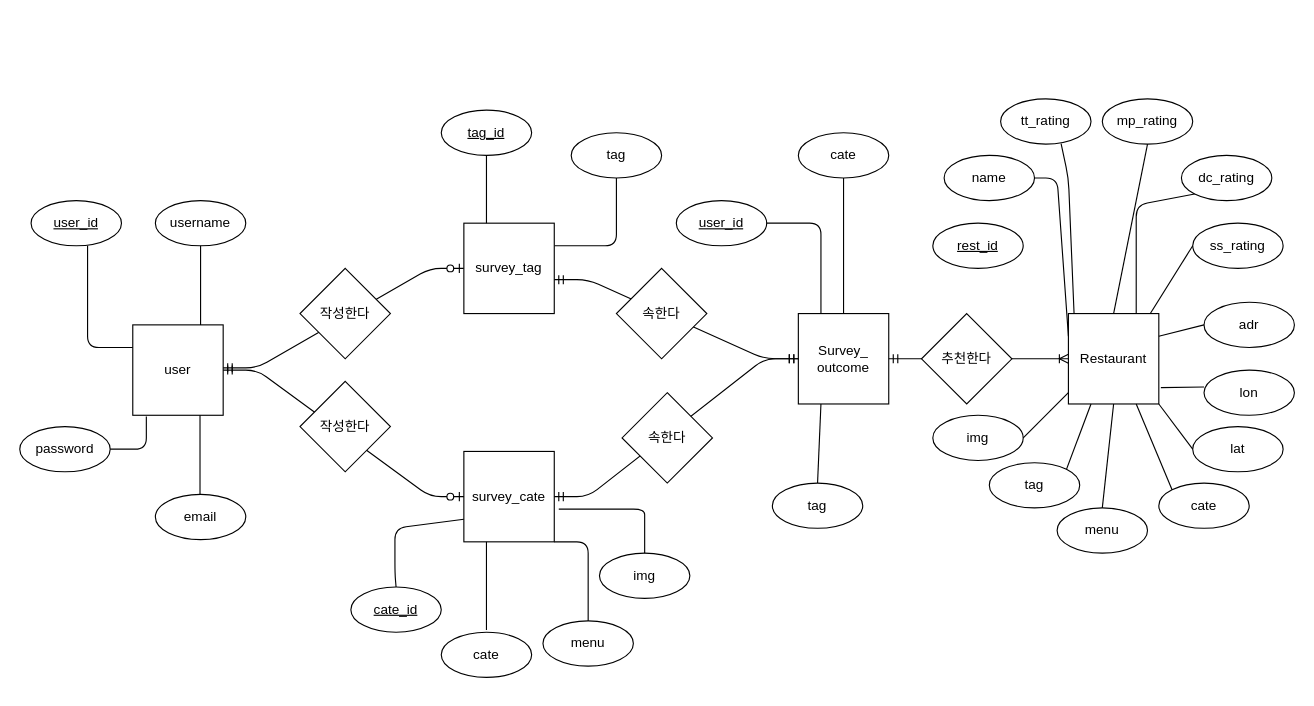
Above: Untitled Diagram.drawio in agfechoi/RSVP (draw.io), before the change. Source tidied: cells renumbered, new cells numbered last; positions are measured from the earlier drawing's top-left corner, leaving out a move shared by most shapes. Both pictures are drawn from the tidied source at 113%, with x=0, y=0 at pixel (19, 98).
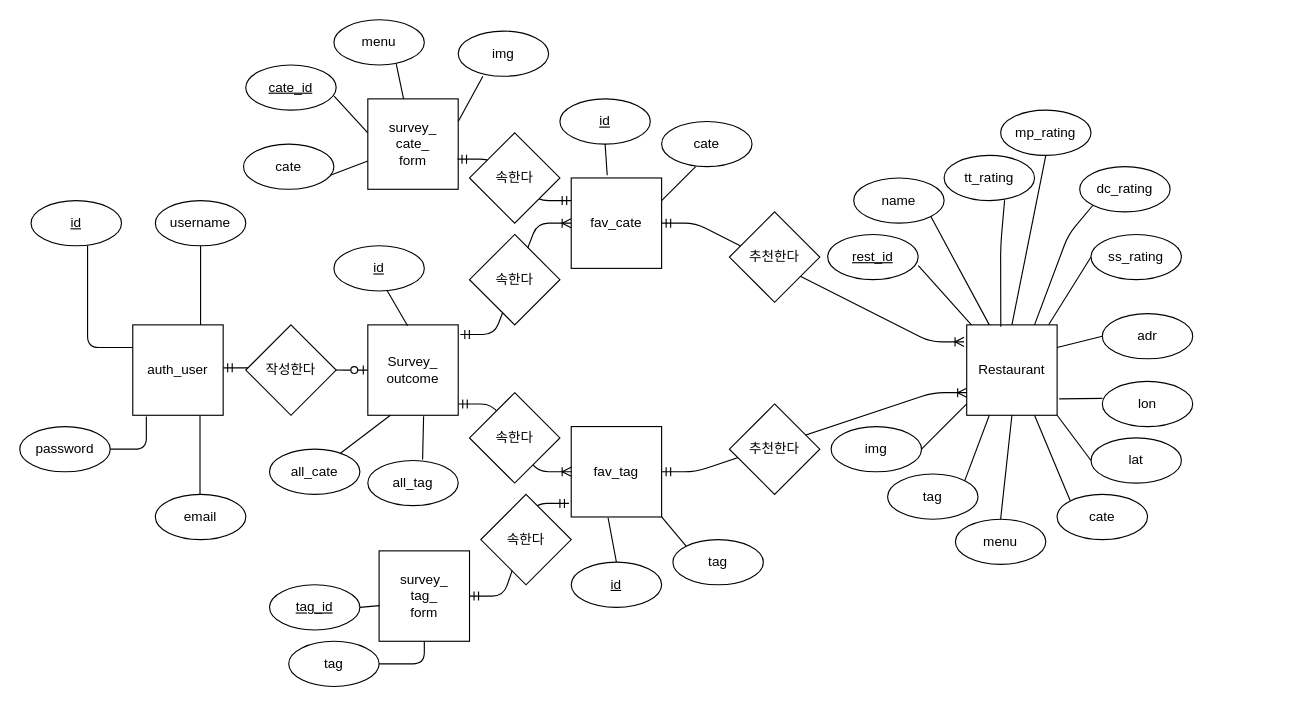
Above is the later version.

Change to the diagram source:
```diff
@@
-    <mxCell id="2" value="user" style="whiteSpace=wrap;html=1;" parent="1" vertex="1">
+    <mxCell id="2" value="auth_user" style="whiteSpace=wrap;html=1;" parent="1" vertex="1">
       <mxGeometry x="100" y="200" width="80" height="80" as="geometry" />
     </mxCell>
-    <mxCell id="3" value="survey_cate" style="whiteSpace=wrap;html=1;" parent="1" vertex="1">
-      <mxGeometry x="393" y="312" width="80" height="80" as="geometry" />
+    <mxCell id="3" value="survey_&lt;br&gt;cate_&lt;br&gt;form" style="whiteSpace=wrap;html=1;" parent="1" vertex="1">
+      <mxGeometry x="308" width="80" height="80" as="geometry" />
     </mxCell>
     <mxCell id="4" value="&lt;u&gt;tag_id&lt;/u&gt;" style="ellipse;whiteSpace=wrap;html=1;" parent="1" vertex="1">
-      <mxGeometry x="373" y="10" width="80" height="40" as="geometry" />
+      <mxGeometry x="221" y="430" width="80" height="40" as="geometry" />
     </mxCell>
@@
-    <mxCell id="8" value="&lt;u&gt;user_id&lt;/u&gt;" style="ellipse;whiteSpace=wrap;html=1;" parent="1" vertex="1">
+    <mxCell id="8" value="&lt;u&gt;id&lt;/u&gt;" style="ellipse;whiteSpace=wrap;html=1;" parent="1" vertex="1">
       <mxGeometry x="10" y="90" width="80" height="40" as="geometry" />
     </mxCell>
@@
     <mxCell id="13" value="tag" style="ellipse;whiteSpace=wrap;html=1;" parent="1" vertex="1">
-      <mxGeometry x="488" y="30" width="80" height="40" as="geometry" />
+      <mxGeometry x="238" y="480" width="80" height="40" as="geometry" />
     </mxCell>
     <mxCell id="14" value="img" style="ellipse;whiteSpace=wrap;html=1;" parent="1" vertex="1">
-      <mxGeometry x="513" y="402" width="80" height="40" as="geometry" />
+      <mxGeometry x="388" y="-60" width="80" height="40" as="geometry" />
     </mxCell>
     <mxCell id="15" value="cate" style="ellipse;whiteSpace=wrap;html=1;" parent="1" vertex="1">
-      <mxGeometry x="373" y="472" width="80" height="40" as="geometry" />
+      <mxGeometry x="198" y="40" width="80" height="40" as="geometry" />
     </mxCell>
     <mxCell id="16" value="menu" style="ellipse;whiteSpace=wrap;html=1;" parent="1" vertex="1">
-      <mxGeometry x="463" y="462" width="80" height="40" as="geometry" />
+      <mxGeometry x="278" y="-70" width="80" height="40" as="geometry" />
     </mxCell>
-    <mxCell id="17" style="endArrow=none;html=1;entryX=0.5;entryY=1;entryDx=0;entryDy=0;" parent="1" edge="1" target="4">
-      <mxGeometry relative="1" as="geometry">
-        <mxPoint x="413" y="120" as="sourcePoint" />
-        <Array as="points">
-          <mxPoint x="413" y="140" />
-        </Array>
-      </mxGeometry>
-    </mxCell>
-    <mxCell id="18" style="endArrow=none;html=1;entryX=0.5;entryY=1;entryDx=0;entryDy=0;exitX=1;exitY=0.25;exitDx=0;exitDy=0;" parent="1" edge="1" source="33" target="13">
-      <mxGeometry relative="1" as="geometry">
-        <Array as="points">
-          <mxPoint x="528" y="130" />
-        </Array>
-      </mxGeometry>
-    </mxCell>
-    <mxCell id="19" style="endArrow=none;html=1;entryX=1.05;entryY=0.638;entryDx=0;entryDy=0;exitX=0.5;exitY=0;exitDx=0;exitDy=0;entryPerimeter=0;" parent="1" edge="1" source="14" target="3">
-      <mxGeometry relative="1" as="geometry">
-        <Array as="points">
-          <mxPoint x="553" y="382" />
-          <mxPoint x="553" y="363" />
-        </Array>
-      </mxGeometry>
-    </mxCell>
-    <mxCell id="20" style="endArrow=none;html=1;entryX=1;entryY=1;entryDx=0;entryDy=0;exitX=0.5;exitY=0;exitDx=0;exitDy=0;" parent="1" edge="1" source="16" target="3">
-      <mxGeometry relative="1" as="geometry">
-        <Array as="points">
-          <mxPoint x="503" y="392" />
-        </Array>
-      </mxGeometry>
-    </mxCell>
-    <mxCell id="21" style="endArrow=none;html=1;entryX=0.25;entryY=1;entryDx=0;entryDy=0;" parent="1" edge="1" target="3">
-      <mxGeometry relative="1" as="geometry">
-        <mxPoint x="413" y="470" as="sourcePoint" />
-        <Array as="points">
-          <mxPoint x="413" y="432" />
-        </Array>
-      </mxGeometry>
-    </mxCell>
-    <mxCell id="22" style="edgeStyle=entityRelationEdgeStyle;fontSize=12;html=1;endArrow=ERzeroToOne;startArrow=ERmandOne;exitX=1;exitY=0.5;exitDx=0;exitDy=0;entryX=0;entryY=0.5;entryDx=0;entryDy=0;" parent="1" edge="1" source="2" target="3">
-      <mxGeometry relative="1" as="geometry" />
-    </mxCell>
-    <mxCell id="23" value="작성한다" style="rhombus;whiteSpace=wrap;html=1;strokeColor=#000000;" parent="1" vertex="1">
-      <mxGeometry x="248" y="250" width="80" height="80" as="geometry" />
-    </mxCell>
-    <mxCell id="24" value="Survey_&lt;br&gt;outcome" style="whiteSpace=wrap;html=1;strokeColor=#000000;" parent="1" vertex="1">
-      <mxGeometry x="689" y="190" width="80" height="80" as="geometry" />
+    <mxCell id="24" value="fav_cate" style="whiteSpace=wrap;html=1;strokeColor=#000000;" parent="1" vertex="1">
+      <mxGeometry x="488" y="70" width="80" height="80" as="geometry" />
     </mxCell>
-    <mxCell id="25" style="edgeStyle=entityRelationEdgeStyle;fontSize=12;html=1;endArrow=ERmandOne;startArrow=ERmandOne;exitX=1;exitY=0.5;exitDx=0;exitDy=0;entryX=0;entryY=0.5;entryDx=0;entryDy=0;" parent="1" edge="1" source="3" target="24">
-      <mxGeometry relative="1" as="geometry" />
-    </mxCell>
-    <mxCell id="26" value="속한다" style="rhombus;whiteSpace=wrap;html=1;strokeColor=#000000;" parent="1" vertex="1">
-      <mxGeometry x="533" y="260" width="80" height="80" as="geometry" />
-    </mxCell>
-    <mxCell id="27" value="tag" style="ellipse;whiteSpace=wrap;html=1;" parent="1" vertex="1">
-      <mxGeometry x="666" y="340" width="80" height="40" as="geometry" />
-    </mxCell>
-    <mxCell id="28" value="cate" style="ellipse;whiteSpace=wrap;html=1;" parent="1" vertex="1">
-      <mxGeometry x="689" y="30" width="80" height="40" as="geometry" />
+    <mxCell id="28" value="tag" style="ellipse;whiteSpace=wrap;html=1;" parent="1" vertex="1">
+      <mxGeometry x="578" y="390" width="80" height="40" as="geometry" />
     </mxCell>
-    <mxCell id="29" value="&lt;u&gt;user_id&lt;/u&gt;" style="ellipse;whiteSpace=wrap;html=1;" parent="1" vertex="1">
-      <mxGeometry x="581" y="90" width="80" height="40" as="geometry" />
+    <mxCell id="29" value="&lt;u&gt;id&lt;/u&gt;" style="ellipse;whiteSpace=wrap;html=1;" parent="1" vertex="1">
+      <mxGeometry x="278" y="130" width="80" height="40" as="geometry" />
     </mxCell>
-    <mxCell id="30" style="endArrow=none;html=1;entryX=1;entryY=0.5;entryDx=0;entryDy=0;exitX=0.25;exitY=0;exitDx=0;exitDy=0;" parent="1" edge="1" source="24" target="29">
-      <mxGeometry relative="1" as="geometry">
-        <Array as="points">
-          <mxPoint x="709" y="110" />
-        </Array>
-      </mxGeometry>
-    </mxCell>
-    <mxCell id="31" style="endArrow=none;html=1;entryX=0.5;entryY=1;entryDx=0;entryDy=0;" parent="1" edge="1" source="24" target="28">
-      <mxGeometry relative="1" as="geometry" />
-    </mxCell>
-    <mxCell id="32" style="edgeStyle=entityRelationEdgeStyle;fontSize=12;html=1;endArrow=ERzeroToOne;startArrow=ERmandOne;exitX=1;exitY=0.5;exitDx=0;exitDy=0;" parent="1" edge="1">
+    <mxCell id="32" style="edgeStyle=entityRelationEdgeStyle;fontSize=12;html=1;endArrow=ERzeroToOne;startArrow=ERmandOne;exitX=1;exitY=0.5;exitDx=0;exitDy=0;entryX=0;entryY=0.5;entryDx=0;entryDy=0;" parent="1" edge="1" target="68">
       <mxGeometry relative="1" as="geometry">
         <mxPoint x="180" y="238" as="sourcePoint" />
-        <mxPoint x="393" y="150" as="targetPoint" />
       </mxGeometry>
     </mxCell>
-    <mxCell id="33" value="survey_tag" style="whiteSpace=wrap;html=1;" parent="1" vertex="1">
-      <mxGeometry x="393" y="110" width="80" height="80" as="geometry" />
+    <mxCell id="33" value="survey_&lt;br&gt;tag_&lt;br&gt;form" style="whiteSpace=wrap;html=1;" parent="1" vertex="1">
+      <mxGeometry x="318" y="400" width="80" height="80" as="geometry" />
     </mxCell>
-    <mxCell id="34" style="endArrow=none;html=1;entryX=0.25;entryY=1;entryDx=0;entryDy=0;exitX=0.5;exitY=0;exitDx=0;exitDy=0;" parent="1" edge="1" source="27" target="24">
-      <mxGeometry relative="1" as="geometry" />
-    </mxCell>
-    <mxCell id="35" style="edgeStyle=entityRelationEdgeStyle;fontSize=12;html=1;endArrow=ERmandOne;startArrow=ERmandOne;" parent="1" edge="1" target="24">
-      <mxGeometry relative="1" as="geometry">
-        <mxPoint x="473" y="160" as="sourcePoint" />
-      </mxGeometry>
-    </mxCell>
-    <mxCell id="36" value="속한다" style="rhombus;whiteSpace=wrap;html=1;strokeColor=#000000;" parent="1" vertex="1">
-      <mxGeometry x="528" y="150" width="80" height="80" as="geometry" />
-    </mxCell>
     <mxCell id="37" value="작성한다" style="rhombus;whiteSpace=wrap;html=1;strokeColor=#000000;" parent="1" vertex="1">
-      <mxGeometry x="248" y="150" width="80" height="80" as="geometry" />
+      <mxGeometry x="200" y="200" width="80" height="80" as="geometry" />
     </mxCell>
     <mxCell id="38" value="Restaurant" style="whiteSpace=wrap;html=1;strokeColor=#000000;" parent="1" vertex="1">
-      <mxGeometry x="928" y="190" width="80" height="80" as="geometry" />
+      <mxGeometry x="838" y="200" width="80" height="80" as="geometry" />
     </mxCell>
     <mxCell id="39" value="&lt;u&gt;cate_id&lt;/u&gt;" style="ellipse;whiteSpace=wrap;html=1;" parent="1" vertex="1">
-      <mxGeometry x="293" y="432" width="80" height="40" as="geometry" />
+      <mxGeometry x="200" y="-30" width="80" height="40" as="geometry" />
     </mxCell>
-    <mxCell id="40" style="endArrow=none;html=1;exitX=0.5;exitY=0;exitDx=0;exitDy=0;entryX=0;entryY=0.75;entryDx=0;entryDy=0;" parent="1" edge="1" source="39" target="3">
-      <mxGeometry relative="1" as="geometry">
-        <Array as="points">
-          <mxPoint x="332" y="420" />
-          <mxPoint x="332" y="380" />
-        </Array>
-      </mxGeometry>
-    </mxCell>
-    <mxCell id="41" style="edgeStyle=entityRelationEdgeStyle;fontSize=12;html=1;endArrow=ERoneToMany;startArrow=ERmandOne;entryX=0;entryY=0.5;entryDx=0;entryDy=0;exitX=1;exitY=0.5;exitDx=0;exitDy=0;" parent="1" edge="1" source="24" target="38">
-      <mxGeometry relative="1" as="geometry" />
-    </mxCell>
     <mxCell id="42" value="name" style="ellipse;whiteSpace=wrap;html=1;" parent="1" vertex="1">
-      <mxGeometry x="818" y="50" width="80" height="40" as="geometry" />
+      <mxGeometry x="738" y="70" width="80" height="40" as="geometry" />
     </mxCell>
     <mxCell id="43" value="mp_rating" style="ellipse;whiteSpace=wrap;html=1;" parent="1" vertex="1">
-      <mxGeometry x="958" width="80" height="40" as="geometry" />
+      <mxGeometry x="868" y="10" width="80" height="40" as="geometry" />
     </mxCell>
     <mxCell id="44" value="tt_rating" style="ellipse;whiteSpace=wrap;html=1;" parent="1" vertex="1">
-      <mxGeometry x="868" width="80" height="40" as="geometry" />
+      <mxGeometry x="818" y="50" width="80" height="40" as="geometry" />
     </mxCell>
     <mxCell id="45" value="dc_rating" style="ellipse;whiteSpace=wrap;html=1;" parent="1" vertex="1">
-      <mxGeometry x="1028" y="50" width="80" height="40" as="geometry" />
+      <mxGeometry x="938" y="60" width="80" height="40" as="geometry" />
     </mxCell>
     <mxCell id="46" value="ss_rating" style="ellipse;whiteSpace=wrap;html=1;" parent="1" vertex="1">
-      <mxGeometry x="1038" y="110" width="80" height="40" as="geometry" />
+      <mxGeometry x="948" y="120" width="80" height="40" as="geometry" />
     </mxCell>
     <mxCell id="47" value="tag" style="ellipse;whiteSpace=wrap;html=1;" parent="1" vertex="1">
-      <mxGeometry x="858" y="322" width="80" height="40" as="geometry" />
+      <mxGeometry x="768" y="332" width="80" height="40" as="geometry" />
     </mxCell>
     <mxCell id="48" value="lat" style="ellipse;whiteSpace=wrap;html=1;" parent="1" vertex="1">
-      <mxGeometry x="1038" y="290" width="80" height="40" as="geometry" />
+      <mxGeometry x="948" y="300" width="80" height="40" as="geometry" />
     </mxCell>
     <mxCell id="49" value="lon" style="ellipse;whiteSpace=wrap;html=1;" parent="1" vertex="1">
-      <mxGeometry x="1048" y="240" width="80" height="40" as="geometry" />
+      <mxGeometry x="958" y="250" width="80" height="40" as="geometry" />
     </mxCell>
     <mxCell id="50" value="adr" style="ellipse;whiteSpace=wrap;html=1;" parent="1" vertex="1">
-      <mxGeometry x="1048" y="180" width="80" height="40" as="geometry" />
+      <mxGeometry x="958" y="190" width="80" height="40" as="geometry" />
     </mxCell>
     <mxCell id="51" value="cate" style="ellipse;whiteSpace=wrap;html=1;" parent="1" vertex="1">
-      <mxGeometry x="1008" y="340" width="80" height="40" as="geometry" />
+      <mxGeometry x="918" y="350" width="80" height="40" as="geometry" />
     </mxCell>
     <mxCell id="52" value="menu" style="ellipse;whiteSpace=wrap;html=1;" parent="1" vertex="1">
-      <mxGeometry x="918" y="362" width="80" height="40" as="geometry" />
+      <mxGeometry x="828" y="372" width="80" height="40" as="geometry" />
     </mxCell>
     <mxCell id="53" value="img" style="ellipse;whiteSpace=wrap;html=1;" parent="1" vertex="1">
-      <mxGeometry x="808" y="280" width="80" height="40" as="geometry" />
+      <mxGeometry x="718" y="290" width="80" height="40" as="geometry" />
     </mxCell>
-    <mxCell id="54" style="endArrow=none;html=1;exitX=0;exitY=0.25;exitDx=0;exitDy=0;entryX=1;entryY=0.5;entryDx=0;entryDy=0;" parent="1" edge="1" source="38" target="42">
-      <mxGeometry relative="1" as="geometry">
-        <Array as="points">
-          <mxPoint x="918" y="70" />
-        </Array>
-      </mxGeometry>
+    <mxCell id="54" style="endArrow=none;html=1;exitX=0.25;exitY=0;exitDx=0;exitDy=0;entryX=1;entryY=1;entryDx=0;entryDy=0;" parent="1" edge="1" source="38" target="42">
+      <mxGeometry relative="1" as="geometry" />
     </mxCell>
-    <mxCell id="55" style="endArrow=none;html=1;entryX=0.669;entryY=0.992;entryDx=0;entryDy=0;entryPerimeter=0;" parent="1" edge="1" target="44">
+    <mxCell id="55" style="endArrow=none;html=1;entryX=0.669;entryY=0.992;entryDx=0;entryDy=0;entryPerimeter=0;exitX=0.377;exitY=0.021;exitDx=0;exitDy=0;exitPerimeter=0;" parent="1" edge="1" source="38" target="44">
       <mxGeometry relative="1" as="geometry">
-        <mxPoint x="933" y="190" as="sourcePoint" />
         <Array as="points">
-          <mxPoint x="928" y="70" />
+          <mxPoint x="868" y="130" />
         </Array>
       </mxGeometry>
     </mxCell>
@@
     <mxCell id="57" style="endArrow=none;html=1;entryX=0;entryY=1;entryDx=0;entryDy=0;exitX=0.75;exitY=0;exitDx=0;exitDy=0;" parent="1" edge="1" source="38" target="45">
       <mxGeometry relative="1" as="geometry">
         <Array as="points">
-          <mxPoint x="988" y="94" />
+          <mxPoint x="928" y="120" />
         </Array>
       </mxGeometry>
     </mxCell>
     <mxCell id="58" style="endArrow=none;html=1;exitX=0.908;exitY=-0.004;exitDx=0;exitDy=0;exitPerimeter=0;" parent="1" edge="1" source="38">
       <mxGeometry relative="1" as="geometry">
-        <mxPoint x="1038" y="130" as="targetPoint" />
+        <mxPoint x="948" y="140" as="targetPoint" />
       </mxGeometry>
     </mxCell>
@@
     <mxCell id="61" style="endArrow=none;html=1;exitX=1.023;exitY=0.819;exitDx=0;exitDy=0;exitPerimeter=0;" parent="1" edge="1" source="38">
       <mxGeometry relative="1" as="geometry">
-        <mxPoint x="1048" y="255" as="targetPoint" />
+        <mxPoint x="958" y="265" as="targetPoint" />
       </mxGeometry>
     </mxCell>
@@
+    <mxCell id="67" value="&lt;u&gt;rest_id&lt;/u&gt;" style="ellipse;whiteSpace=wrap;html=1;" parent="1" vertex="1">
+      <mxGeometry x="715" y="120" width="80" height="40" as="geometry" />
+    </mxCell>
+    <mxCell id="68" value="Survey_&lt;br&gt;outcome" style="whiteSpace=wrap;html=1;strokeColor=#000000;" parent="1" vertex="1">
+      <mxGeometry x="308" y="200" width="80" height="80" as="geometry" />
+    </mxCell>
+    <mxCell id="69" value="fav_tag" style="whiteSpace=wrap;html=1;strokeColor=#000000;" parent="1" vertex="1">
+      <mxGeometry x="488" y="290" width="80" height="80" as="geometry" />
+    </mxCell>
+    <mxCell id="70" style="edgeStyle=entityRelationEdgeStyle;fontSize=12;html=1;endArrow=ERoneToMany;startArrow=ERmandOne;entryX=0;entryY=0.5;entryDx=0;entryDy=0;exitX=1.023;exitY=0.106;exitDx=0;exitDy=0;exitPerimeter=0;" parent="1" edge="1" source="68" target="24">
+      <mxGeometry relative="1" as="geometry" />
+    </mxCell>
+    <mxCell id="71" style="edgeStyle=entityRelationEdgeStyle;fontSize=12;html=1;endArrow=ERoneToMany;startArrow=ERmandOne;" parent="1" edge="1" target="69">
+      <mxGeometry relative="1" as="geometry">
+        <mxPoint x="388" y="270" as="sourcePoint" />
+      </mxGeometry>
+    </mxCell>
+    <mxCell id="26" value="속한다" style="rhombus;whiteSpace=wrap;html=1;strokeColor=#000000;" parent="1" vertex="1">
+      <mxGeometry x="398" y="120" width="80" height="80" as="geometry" />
+    </mxCell>
+    <mxCell id="36" value="속한다" style="rhombus;whiteSpace=wrap;html=1;strokeColor=#000000;" parent="1" vertex="1">
+      <mxGeometry x="398" y="260" width="80" height="80" as="geometry" />
+    </mxCell>
+    <mxCell id="72" style="endArrow=none;html=1;exitX=1;exitY=0.5;exitDx=0;exitDy=0;entryX=0.5;entryY=1;entryDx=0;entryDy=0;" parent="1" edge="1" source="13" target="33">
+      <mxGeometry relative="1" as="geometry">
+        <Array as="points">
+          <mxPoint x="358" y="500" />
+        </Array>
+      </mxGeometry>
+    </mxCell>
+    <mxCell id="73" style="endArrow=none;html=1;entryX=0.004;entryY=0.606;entryDx=0;entryDy=0;entryPerimeter=0;exitX=1;exitY=0.5;exitDx=0;exitDy=0;" parent="1" edge="1" source="4" target="33">
+      <mxGeometry relative="1" as="geometry" />
+    </mxCell>
+    <mxCell id="74" style="edgeStyle=entityRelationEdgeStyle;fontSize=12;html=1;endArrow=ERmandOne;startArrow=ERmandOne;exitX=1;exitY=0.5;exitDx=0;exitDy=0;" parent="1" edge="1" source="33">
+      <mxGeometry relative="1" as="geometry">
+        <mxPoint x="486" y="358" as="targetPoint" />
+      </mxGeometry>
+    </mxCell>
+    <mxCell id="75" value="속한다" style="rhombus;whiteSpace=wrap;html=1;strokeColor=#000000;" parent="1" vertex="1">
+      <mxGeometry x="408" y="350" width="80" height="80" as="geometry" />
+    </mxCell>
+    <mxCell id="25" style="edgeStyle=entityRelationEdgeStyle;fontSize=12;html=1;endArrow=ERmandOne;startArrow=ERmandOne;exitX=0.992;exitY=0.667;exitDx=0;exitDy=0;entryX=0;entryY=0.25;entryDx=0;entryDy=0;exitPerimeter=0;" parent="1" edge="1" source="3" target="24">
+      <mxGeometry relative="1" as="geometry" />
+    </mxCell>
+    <mxCell id="76" value="속한다" style="rhombus;whiteSpace=wrap;html=1;strokeColor=#000000;" parent="1" vertex="1">
+      <mxGeometry x="398" y="30" width="80" height="80" as="geometry" />
+    </mxCell>
+    <mxCell id="77" style="endArrow=none;html=1;exitX=0.977;exitY=0.688;exitDx=0;exitDy=0;exitPerimeter=0;" parent="1" edge="1" source="39">
+      <mxGeometry relative="1" as="geometry">
+        <mxPoint x="308" y="30" as="targetPoint" />
+      </mxGeometry>
+    </mxCell>
+    <mxCell id="78" style="endArrow=none;html=1;exitX=0.96;exitY=0.688;exitDx=0;exitDy=0;exitPerimeter=0;" parent="1" edge="1" source="15" target="3">
+      <mxGeometry relative="1" as="geometry" />
+    </mxCell>
+    <mxCell id="79" style="endArrow=none;html=1;entryX=0.273;entryY=1;entryDx=0;entryDy=0;entryPerimeter=0;exitX=1;exitY=0.25;exitDx=0;exitDy=0;" parent="1" edge="1" source="3" target="14">
+      <mxGeometry relative="1" as="geometry" />
+    </mxCell>
+    <mxCell id="80" style="endArrow=none;html=1;entryX=0.69;entryY=0.979;entryDx=0;entryDy=0;entryPerimeter=0;" parent="1" edge="1" source="3" target="16">
+      <mxGeometry relative="1" as="geometry" />
+    </mxCell>
+    <mxCell id="81" style="endArrow=none;html=1;entryX=0.585;entryY=0.979;entryDx=0;entryDy=0;entryPerimeter=0;exitX=0.44;exitY=0.01;exitDx=0;exitDy=0;exitPerimeter=0;" parent="1" edge="1" source="68" target="29">
+      <mxGeometry relative="1" as="geometry" />
+    </mxCell>
+    <mxCell id="82" style="endArrow=none;html=1;entryX=0.25;entryY=1;entryDx=0;entryDy=0;exitX=0.788;exitY=0.083;exitDx=0;exitDy=0;exitPerimeter=0;" parent="1" edge="1" source="83" target="68">
+      <mxGeometry relative="1" as="geometry" />
+    </mxCell>
+    <mxCell id="83" value="all_cate" style="ellipse;whiteSpace=wrap;html=1;" parent="1" vertex="1">
+      <mxGeometry x="221" y="310" width="80" height="40" as="geometry" />
+    </mxCell>
+    <mxCell id="84" value="all_tag" style="ellipse;whiteSpace=wrap;html=1;" parent="1" vertex="1">
+      <mxGeometry x="308" y="320" width="80" height="40" as="geometry" />
+    </mxCell>
+    <mxCell id="85" style="endArrow=none;html=1;entryX=0.617;entryY=1.01;entryDx=0;entryDy=0;entryPerimeter=0;exitX=0.606;exitY=-0.021;exitDx=0;exitDy=0;exitPerimeter=0;" parent="1" edge="1" source="84" target="68">
+      <mxGeometry relative="1" as="geometry" />
+    </mxCell>
+    <mxCell id="86" value="&lt;u&gt;id&lt;/u&gt;" style="ellipse;whiteSpace=wrap;html=1;" parent="1" vertex="1">
+      <mxGeometry x="478" width="80" height="40" as="geometry" />
+    </mxCell>
+    <mxCell id="87" value="&lt;u&gt;id&lt;/u&gt;" style="ellipse;whiteSpace=wrap;html=1;" parent="1" vertex="1">
+      <mxGeometry x="488" y="410" width="80" height="40" as="geometry" />
+    </mxCell>
+    <mxCell id="88" value="cate" style="ellipse;whiteSpace=wrap;html=1;" parent="1" vertex="1">
+      <mxGeometry x="568" y="20" width="80" height="40" as="geometry" />
+    </mxCell>
+    <mxCell id="89" style="endArrow=none;html=1;exitX=1.002;exitY=0.688;exitDx=0;exitDy=0;exitPerimeter=0;" parent="1" edge="1" source="67" target="38">
+      <mxGeometry relative="1" as="geometry" />
+    </mxCell>
+    <mxCell id="41" style="edgeStyle=entityRelationEdgeStyle;fontSize=12;html=1;endArrow=ERoneToMany;startArrow=ERmandOne;entryX=-0.029;entryY=0.188;entryDx=0;entryDy=0;exitX=1;exitY=0.5;exitDx=0;exitDy=0;entryPerimeter=0;" parent="1" edge="1" source="24" target="38">
+      <mxGeometry relative="1" as="geometry" />
+    </mxCell>
     <mxCell id="66" value="추천한다" style="rhombus;whiteSpace=wrap;html=1;strokeColor=#000000;" parent="1" vertex="1">
-      <mxGeometry x="798" y="190" width="80" height="80" as="geometry" />
+      <mxGeometry x="628" y="100" width="80" height="80" as="geometry" />
     </mxCell>
-    <mxCell id="67" value="&lt;u&gt;rest_id&lt;/u&gt;" style="ellipse;whiteSpace=wrap;html=1;" parent="1" vertex="1">
-      <mxGeometry x="808" y="110" width="80" height="40" as="geometry" />
-    </mxCell>
+    <mxCell id="90" style="edgeStyle=entityRelationEdgeStyle;fontSize=12;html=1;endArrow=ERoneToMany;startArrow=ERmandOne;entryX=0;entryY=0.75;entryDx=0;entryDy=0;exitX=1;exitY=0.5;exitDx=0;exitDy=0;" parent="1" edge="1" source="69" target="38">
+      <mxGeometry relative="1" as="geometry" />
+    </mxCell>
+    <mxCell id="91" value="추천한다" style="rhombus;whiteSpace=wrap;html=1;strokeColor=#000000;" parent="1" vertex="1">
+      <mxGeometry x="628" y="270" width="80" height="80" as="geometry" />
+    </mxCell>
+    <mxCell id="92" style="endArrow=none;html=1;entryX=0.5;entryY=1;entryDx=0;entryDy=0;exitX=0.398;exitY=-0.031;exitDx=0;exitDy=0;exitPerimeter=0;" parent="1" edge="1" source="24" target="86">
+      <mxGeometry relative="1" as="geometry" />
+    </mxCell>
+    <mxCell id="93" style="endArrow=none;html=1;entryX=0.377;entryY=1;entryDx=0;entryDy=0;entryPerimeter=0;exitX=1;exitY=0.25;exitDx=0;exitDy=0;" parent="1" edge="1" source="24" target="88">
+      <mxGeometry relative="1" as="geometry" />
+    </mxCell>
+    <mxCell id="94" style="endArrow=none;html=1;entryX=0.408;entryY=1.01;entryDx=0;entryDy=0;entryPerimeter=0;exitX=0.5;exitY=0;exitDx=0;exitDy=0;" parent="1" edge="1" source="87" target="69">
+      <mxGeometry relative="1" as="geometry" />
+    </mxCell>
+    <mxCell id="95" style="endArrow=none;html=1;exitX=1;exitY=1;exitDx=0;exitDy=0;entryX=0;entryY=0;entryDx=0;entryDy=0;" parent="1" edge="1" source="69" target="28">
+      <mxGeometry relative="1" as="geometry" />
+    </mxCell>
```
